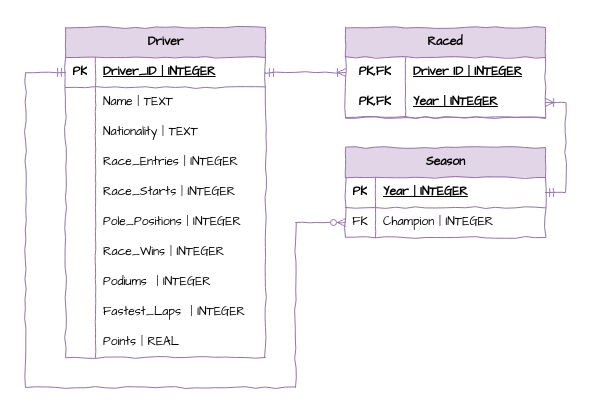
Above: page "f1_drivers_5" (5 of 6) of content/06_documentation/assets/11/ERD.drawio in DamoM73/digital-solutions-text-2025 (draw.io), before the change. Source tidied: cells renumbered, new cells numbered last; positions are measured from the earlier drawing's top-left corner, leaving out a move shared by most shapes. Both pictures are drawn from the tidied source at 100%, with x=0, y=0 at pixel (25, 27).
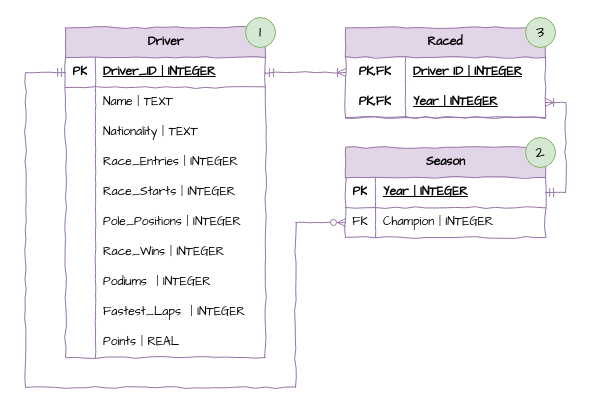
The same diagram, later.

Diff of the diagram source:
```diff
@@
+    <mxCell id="50" value="1" style="ellipse;whiteSpace=wrap;html=1;sketch=1;hachureGap=4;jiggle=2;curveFitting=1;fontFamily=Architects Daughter;fillColor=#d5e8d4;strokeColor=#82b366;sketchStyle=comic;fontSize=16;" parent="1" vertex="1">
+      <mxGeometry x="220" y="-10" width="30" height="30" as="geometry" />
+    </mxCell>
+    <mxCell id="51" value="3" style="ellipse;whiteSpace=wrap;html=1;sketch=1;hachureGap=4;jiggle=2;curveFitting=1;fontFamily=Architects Daughter;fillColor=#d5e8d4;strokeColor=#82b366;sketchStyle=comic;fontSize=16;" parent="1" vertex="1">
+      <mxGeometry x="500" y="-10" width="30" height="30" as="geometry" />
+    </mxCell>
+    <mxCell id="52" value="2" style="ellipse;whiteSpace=wrap;html=1;sketch=1;hachureGap=4;jiggle=2;curveFitting=1;fontFamily=Architects Daughter;fillColor=#d5e8d4;strokeColor=#82b366;sketchStyle=comic;fontSize=16;" parent="1" vertex="1">
+      <mxGeometry x="500" y="110" width="30" height="30" as="geometry" />
+    </mxCell>
```
